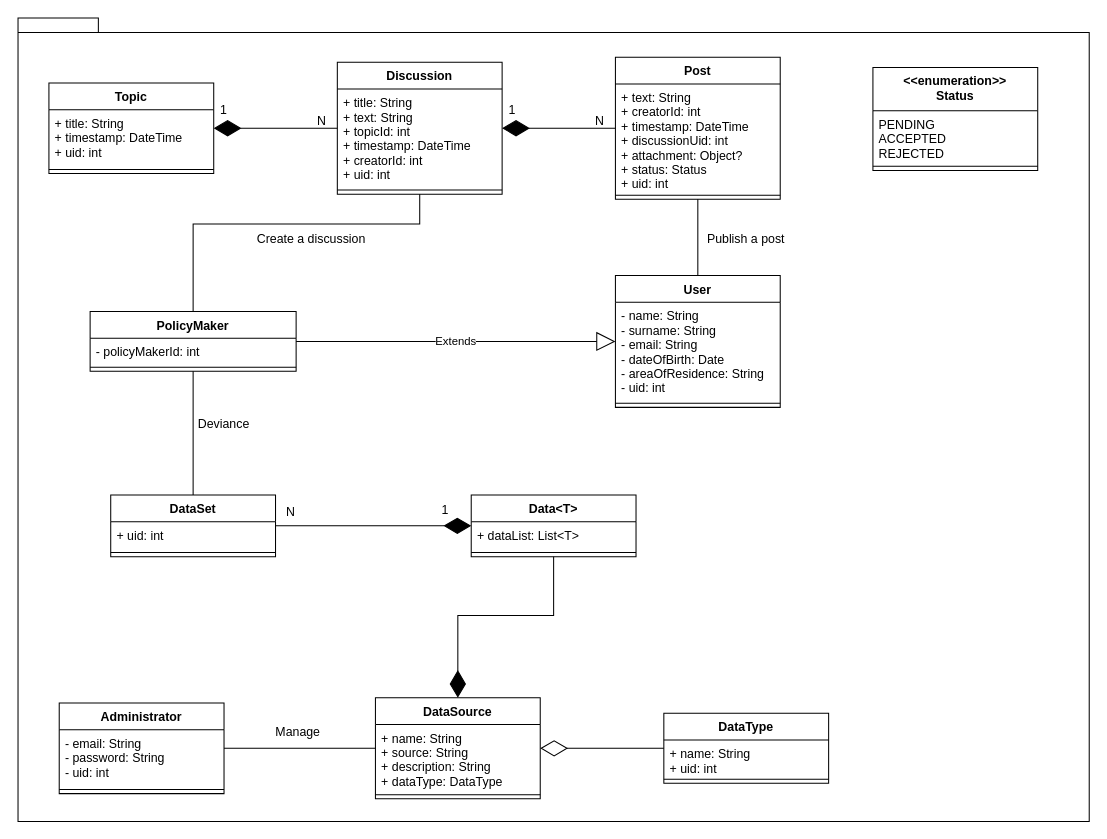
Above: Use cases diagram/ClassDiagram.drawio in matteovisotto/SE2-CecchettoSirianiVisotto (draw.io), before the change. Source tidied: cells renumbered, new cells numbered last; positions are measured from the earlier drawing's top-left corner, leaving out a move shared by most shapes. Both pictures are drawn from the tidied source at 103%, with x=0, y=0 at pixel (18, 18).
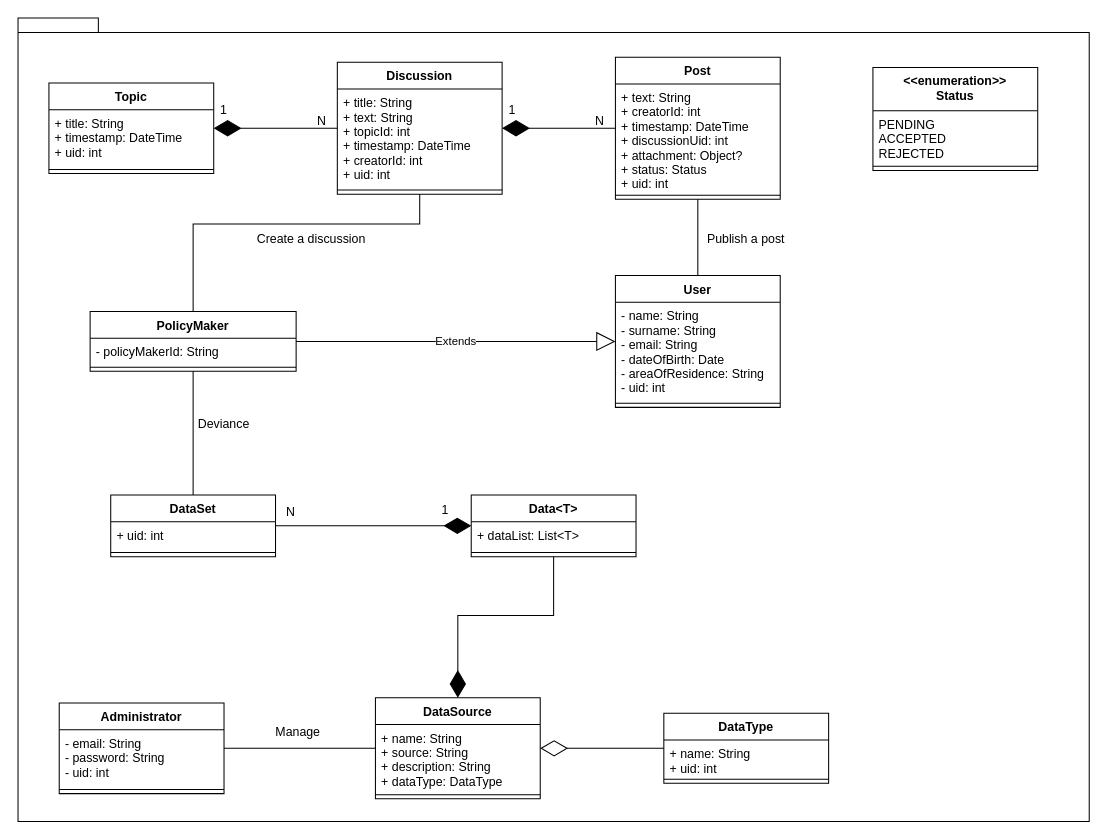
After the change.

The change refers to these unchanged cells:
```xml
<mxCell id="6" value="PolicyMaker" style="swimlane;fontStyle=1;align=center;verticalAlign=top;horizontal=1;startSize=26;" parent="1" vertex="1">
  <mxGeometry x="70" y="285" width="200" height="58" as="geometry" />
</mxCell>
```

The edit, as a diff of the source:
```diff
@@
-    <mxCell id="7" value="- policyMakerId: int" style="text;strokeColor=none;fillColor=none;align=left;verticalAlign=top;spacingLeft=4;spacingRight=4;overflow=hidden;" parent="6" vertex="1">
+    <mxCell id="7" value="- policyMakerId: String" style="text;strokeColor=none;fillColor=none;align=left;verticalAlign=top;spacingLeft=4;spacingRight=4;overflow=hidden;" parent="6" vertex="1">
       <mxGeometry y="26" width="200" height="24" as="geometry" />
     </mxCell>
```
